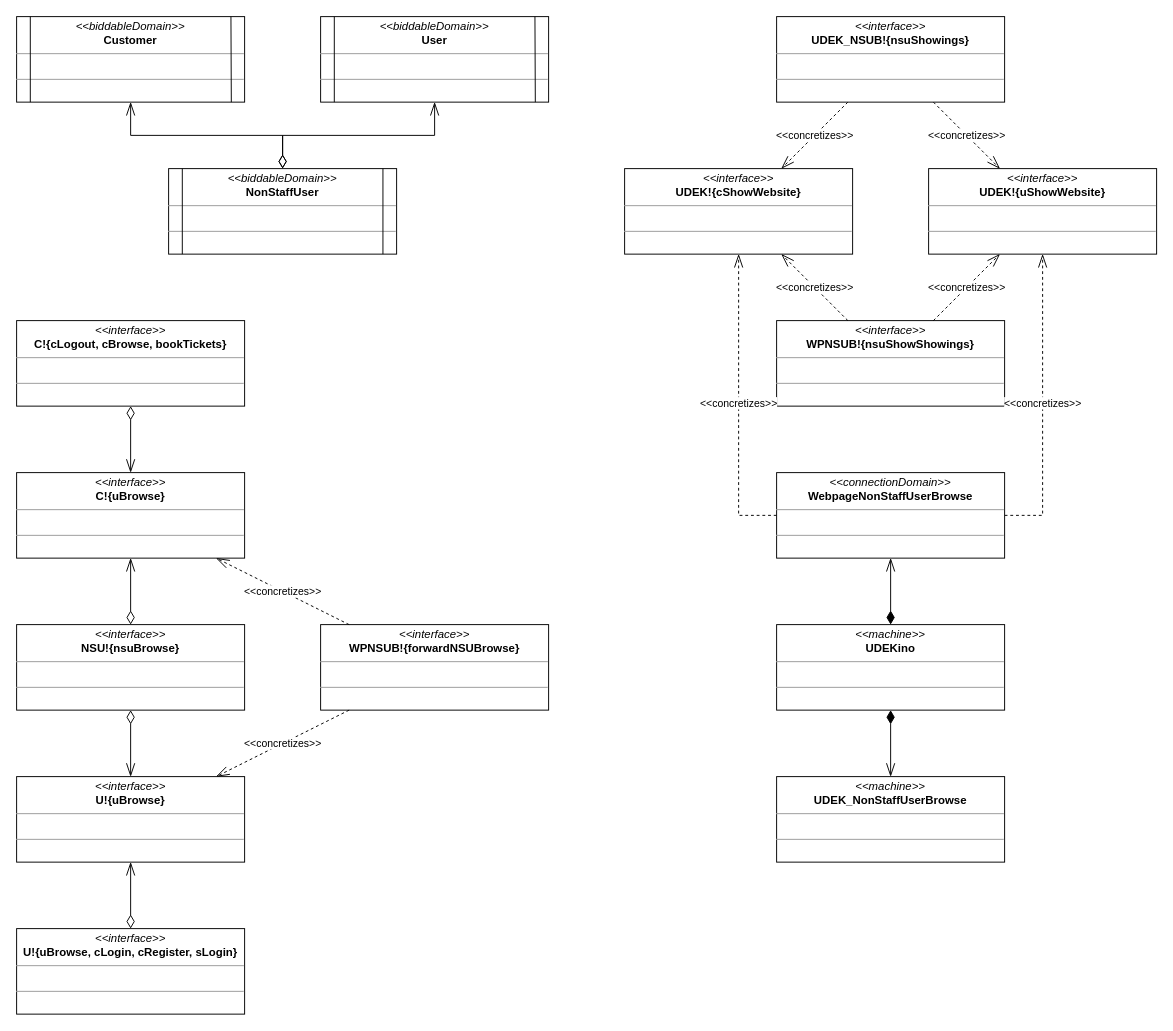
Earlier version of the draw.io diagram page "Mapping" (2 of 2) of a04_problem_diagram_2.drawio (melvdlin/swtlab). Source tidied: cells renumbered, new cells numbered last; positions are measured from the earlier drawing's top-left corner, leaving out a move shared by most shapes. Both pictures are drawn from the tidied source at 95%, with x=0, y=0 at pixel (16, 16).
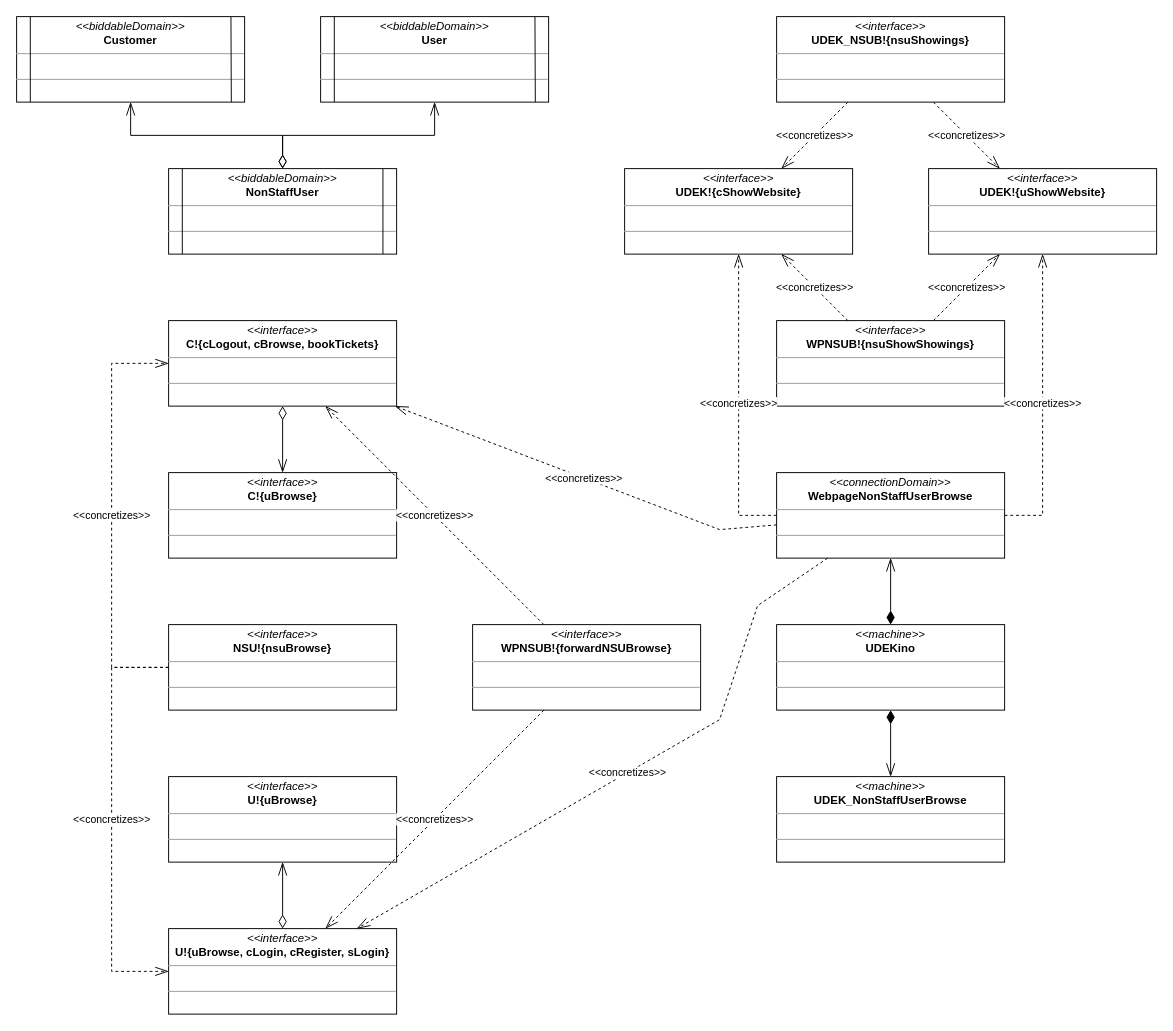
Above is the later version.

Unchanged cells that the change refers to:
```xml
<mxCell id="17" value="&lt;p style=&quot;margin: 0px ; margin-top: 4px ; text-align: center&quot;&gt;&lt;i&gt;&amp;lt;&amp;lt;interface&amp;gt;&amp;gt;&lt;/i&gt;&lt;br&gt;&lt;b&gt;NSU!{nsuBrowse}&lt;/b&gt;&lt;/p&gt;&lt;hr size=&quot;1&quot;&gt;&lt;p style=&quot;margin: 0px ; margin-left: 4px&quot;&gt;&lt;br&gt;&lt;/p&gt;&lt;hr size=&quot;1&quot;&gt;&lt;p style=&quot;margin: 0px ; margin-left: 4px&quot;&gt;&lt;br&gt;&lt;/p&gt;" style="verticalAlign=top;align=left;overflow=fill;fontSize=12;fontFamily=Helvetica;html=1;rounded=0;shadow=0;glass=0;comic=0;sketch=0;fontColor=default;gradientColor=none;points=[[0,0,0,0,0],[0,0.24,0,0,0],[0,0.5,0,0,0],[0,0.76,0,0,0],[0,1,0,0,0],[0.06,0,0,0,0],[0.06,1,0,0,0],[0.13,0,0,0,0],[0.13,1,0,0,0],[0.25,0,0,0,0],[0.25,1,0,0,0],[0.5,0,0,0,0],[0.5,1,0,0,0],[0.75,0,0,0,0],[0.75,1,0,0,0],[0.88,0,0,0,0],[0.88,1,0,0,0],[0.94,0,0,0,0],[0.94,1,0,0,0],[1,0,0,0,0],[1,0.26,0,0,0],[1,0.5,0,0,0],[1,0.76,0,0,0],[1,1,0,0,0]];strokeWidth=1;" parent="16" vertex="1">
  <mxGeometry width="240" height="90" as="geometry" />
</mxCell>
<mxCell id="19" value="&lt;p style=&quot;margin: 0px ; margin-top: 4px ; text-align: center&quot;&gt;&lt;i&gt;&amp;lt;&amp;lt;interface&amp;gt;&amp;gt;&lt;/i&gt;&lt;br&gt;&lt;b&gt;C!{uBrowse}&lt;/b&gt;&lt;/p&gt;&lt;hr size=&quot;1&quot;&gt;&lt;p style=&quot;margin: 0px ; margin-left: 4px&quot;&gt;&lt;br&gt;&lt;/p&gt;&lt;hr size=&quot;1&quot;&gt;&lt;p style=&quot;margin: 0px ; margin-left: 4px&quot;&gt;&lt;br&gt;&lt;/p&gt;" style="verticalAlign=top;align=left;overflow=fill;fontSize=12;fontFamily=Helvetica;html=1;rounded=0;shadow=0;glass=0;comic=0;sketch=0;fontColor=default;gradientColor=none;points=[[0,0,0,0,0],[0,0.24,0,0,0],[0,0.5,0,0,0],[0,0.76,0,0,0],[0,1,0,0,0],[0.06,0,0,0,0],[0.06,1,0,0,0],[0.13,0,0,0,0],[0.13,1,0,0,0],[0.25,0,0,0,0],[0.25,1,0,0,0],[0.5,0,0,0,0],[0.5,1,0,0,0],[0.75,0,0,0,0],[0.75,1,0,0,0],[0.88,0,0,0,0],[0.88,1,0,0,0],[0.94,0,0,0,0],[0.94,1,0,0,0],[1,0,0,0,0],[1,0.26,0,0,0],[1,0.5,0,0,0],[1,0.76,0,0,0],[1,1,0,0,0]];strokeWidth=1;" parent="18" vertex="1">
  <mxGeometry width="240" height="90" as="geometry" />
</mxCell>
<mxCell id="36" value="&lt;p style=&quot;margin: 0px ; margin-top: 4px ; text-align: center&quot;&gt;&lt;i&gt;&amp;lt;&amp;lt;interface&amp;gt;&amp;gt;&lt;/i&gt;&lt;br&gt;&lt;b&gt;WPNSUB!{forwardNSUBrowse}&lt;/b&gt;&lt;/p&gt;&lt;hr size=&quot;1&quot;&gt;&lt;p style=&quot;margin: 0px ; margin-left: 4px&quot;&gt;&lt;br&gt;&lt;/p&gt;&lt;hr size=&quot;1&quot;&gt;&lt;p style=&quot;margin: 0px ; margin-left: 4px&quot;&gt;&lt;br&gt;&lt;/p&gt;" style="verticalAlign=top;align=left;overflow=fill;fontSize=12;fontFamily=Helvetica;html=1;rounded=0;shadow=0;glass=0;comic=0;sketch=0;fontColor=default;gradientColor=none;points=[[0,0,0,0,0],[0,0.24,0,0,0],[0,0.5,0,0,0],[0,0.76,0,0,0],[0,1,0,0,0],[0.06,0,0,0,0],[0.06,1,0,0,0],[0.13,0,0,0,0],[0.13,1,0,0,0],[0.25,0,0,0,0],[0.25,1,0,0,0],[0.5,0,0,0,0],[0.5,1,0,0,0],[0.75,0,0,0,0],[0.75,1,0,0,0],[0.88,0,0,0,0],[0.88,1,0,0,0],[0.94,0,0,0,0],[0.94,1,0,0,0],[1,0,0,0,0],[1,0.26,0,0,0],[1,0.5,0,0,0],[1,0.76,0,0,0],[1,1,0,0,0]];strokeWidth=1;" parent="35" vertex="1">
  <mxGeometry width="240" height="90" as="geometry" />
</mxCell>
<mxCell id="44" value="&lt;p style=&quot;margin: 0px ; margin-top: 4px ; text-align: center&quot;&gt;&lt;i&gt;&amp;lt;&amp;lt;connectionDomain&amp;gt;&amp;gt;&lt;/i&gt;&lt;br&gt;&lt;b&gt;WebpageNonStaffUserBrowse&lt;/b&gt;&lt;/p&gt;&lt;hr size=&quot;1&quot;&gt;&lt;p style=&quot;margin: 0px ; margin-left: 4px&quot;&gt;&lt;br&gt;&lt;/p&gt;&lt;hr size=&quot;1&quot;&gt;&lt;p style=&quot;margin: 0px ; margin-left: 4px&quot;&gt;&lt;br&gt;&lt;/p&gt;" style="verticalAlign=top;align=left;overflow=fill;fontSize=12;fontFamily=Helvetica;html=1;rounded=0;shadow=0;glass=0;comic=0;sketch=0;fontColor=default;gradientColor=none;" parent="1" vertex="1">
  <mxGeometry x="800" y="480" width="240" height="90" as="geometry" />
</mxCell>
```

Diff of the diagram source:
```diff
@@
     <mxCell id="16" style="group;" parent="1" vertex="1">
-      <mxGeometry y="640" width="240" height="90" as="geometry" />
+      <mxGeometry x="160" y="640" width="240" height="90" as="geometry" />
     </mxCell>
@@
     <mxCell id="18" style="group;" parent="1" vertex="1">
-      <mxGeometry y="480" width="240" height="90" as="geometry" />
+      <mxGeometry x="160" y="480" width="240" height="90" as="geometry" />
     </mxCell>
@@
     <mxCell id="20" value="&lt;p style=&quot;margin: 0px ; margin-top: 4px ; text-align: center&quot;&gt;&lt;i&gt;&amp;lt;&amp;lt;interface&amp;gt;&amp;gt;&lt;/i&gt;&lt;br&gt;&lt;b&gt;U!{uBrowse}&lt;/b&gt;&lt;/p&gt;&lt;hr size=&quot;1&quot;&gt;&lt;p style=&quot;margin: 0px ; margin-left: 4px&quot;&gt;&lt;br&gt;&lt;/p&gt;&lt;hr size=&quot;1&quot;&gt;&lt;p style=&quot;margin: 0px ; margin-left: 4px&quot;&gt;&lt;br&gt;&lt;/p&gt;" style="verticalAlign=top;align=left;overflow=fill;fontSize=12;fontFamily=Helvetica;html=1;rounded=0;shadow=0;glass=0;comic=0;sketch=0;fontColor=default;gradientColor=none;points=[[0,0,0,0,0],[0,0.24,0,0,0],[0,0.5,0,0,0],[0,0.76,0,0,0],[0,1,0,0,0],[0.06,0,0,0,0],[0.06,1,0,0,0],[0.13,0,0,0,0],[0.13,1,0,0,0],[0.25,0,0,0,0],[0.25,1,0,0,0],[0.5,0,0,0,0],[0.5,1,0,0,0],[0.75,0,0,0,0],[0.75,1,0,0,0],[0.88,0,0,0,0],[0.88,1,0,0,0],[0.94,0,0,0,0],[0.94,1,0,0,0],[1,0,0,0,0],[1,0.26,0,0,0],[1,0.5,0,0,0],[1,0.76,0,0,0],[1,1,0,0,0]];strokeWidth=1;" parent="1" vertex="1">
-      <mxGeometry y="800" width="240" height="90" as="geometry" />
+      <mxGeometry x="160" y="800" width="240" height="90" as="geometry" />
     </mxCell>
-    <mxCell id="21" style="edgeStyle=orthogonalEdgeStyle;rounded=0;jettySize=auto;html=1;startArrow=diamondThin;startFill=0;endArrow=openThin;endFill=0;startSize=12;endSize=12;" parent="1" edge="1" source="17" target="19">
-      <mxGeometry relative="1" as="geometry" />
-    </mxCell>
-    <mxCell id="22" style="edgeStyle=orthogonalEdgeStyle;rounded=0;jettySize=auto;html=1;startArrow=diamondThin;startFill=0;endArrow=openThin;endFill=0;startSize=12;endSize=12;" parent="1" edge="1" source="17" target="20">
-      <mxGeometry relative="1" as="geometry" />
-    </mxCell>
@@
     <mxCell id="24" value="&lt;p style=&quot;margin: 0px ; margin-top: 4px ; text-align: center&quot;&gt;&lt;i&gt;&amp;lt;&amp;lt;interface&amp;gt;&amp;gt;&lt;/i&gt;&lt;br&gt;&lt;b&gt;C!{cLogout, cBrowse, bookTickets}&lt;/b&gt;&lt;/p&gt;&lt;hr size=&quot;1&quot;&gt;&lt;p style=&quot;margin: 0px ; margin-left: 4px&quot;&gt;&lt;br&gt;&lt;/p&gt;&lt;hr size=&quot;1&quot;&gt;&lt;p style=&quot;margin: 0px ; margin-left: 4px&quot;&gt;&lt;br&gt;&lt;/p&gt;" style="verticalAlign=top;align=left;overflow=fill;fontSize=12;fontFamily=Helvetica;html=1;rounded=0;shadow=0;glass=0;comic=0;sketch=0;fontColor=default;gradientColor=none;" parent="1" vertex="1">
-      <mxGeometry y="320" width="240" height="90" as="geometry" />
+      <mxGeometry x="160" y="320" width="240" height="90" as="geometry" />
     </mxCell>
@@
     <mxCell id="26" value="&lt;p style=&quot;margin: 0px ; margin-top: 4px ; text-align: center&quot;&gt;&lt;i&gt;&amp;lt;&amp;lt;interface&amp;gt;&amp;gt;&lt;/i&gt;&lt;br&gt;&lt;b&gt;U!{uBrowse, cLogin, cRegister, sLogin}&lt;/b&gt;&lt;/p&gt;&lt;hr size=&quot;1&quot;&gt;&lt;p style=&quot;margin: 0px ; margin-left: 4px&quot;&gt;&lt;br&gt;&lt;/p&gt;&lt;hr size=&quot;1&quot;&gt;&lt;p style=&quot;margin: 0px ; margin-left: 4px&quot;&gt;&lt;br&gt;&lt;/p&gt;" style="verticalAlign=top;align=left;overflow=fill;fontSize=12;fontFamily=Helvetica;html=1;rounded=0;shadow=0;glass=0;comic=0;sketch=0;fontColor=default;gradientColor=none;" parent="1" vertex="1">
-      <mxGeometry y="960" width="240" height="90" as="geometry" />
+      <mxGeometry x="160" y="960" width="240" height="90" as="geometry" />
     </mxCell>
@@
     <mxCell id="35" style="group;" parent="1" vertex="1">
-      <mxGeometry x="320" y="640" width="240" height="90" as="geometry" />
+      <mxGeometry x="480" y="640" width="240" height="90" as="geometry" />
     </mxCell>
@@
-    <mxCell id="37" value="&amp;lt;&amp;lt;concretizes&amp;gt;&amp;gt;" style="edgeStyle=none;rounded=0;jettySize=auto;html=1;dashed=1;startArrow=none;startFill=0;endArrow=openThin;endFill=0;startSize=12;endSize=12;" parent="1" edge="1" source="36" target="19">
+    <mxCell id="37" value="&amp;lt;&amp;lt;concretizes&amp;gt;&amp;gt;" style="edgeStyle=none;rounded=0;jettySize=auto;html=1;dashed=1;startArrow=none;startFill=0;endArrow=openThin;endFill=0;startSize=12;endSize=12;" parent="1" edge="1" source="36" target="24">
       <mxGeometry relative="1" as="geometry" />
     </mxCell>
-    <mxCell id="38" value="&amp;lt;&amp;lt;concretizes&amp;gt;&amp;gt;" style="edgeStyle=none;rounded=0;jettySize=auto;html=1;dashed=1;startArrow=none;startFill=0;endArrow=openThin;endFill=0;startSize=12;endSize=12;" parent="1" edge="1" source="36" target="20">
-      <mxGeometry relative="1" as="geometry" />
-    </mxCell>
@@
+    <mxCell id="49" value="&amp;lt;&amp;lt;concretizes&amp;gt;&amp;gt;" style="edgeStyle=orthogonalEdgeStyle;rounded=0;jettySize=auto;html=1;dashed=1;startArrow=none;startFill=0;endArrow=openThin;endFill=0;startSize=12;endSize=12;exitX=0;exitY=0.5;exitDx=0;exitDy=0;exitPerimeter=0;entryX=0;entryY=0.5;entryDx=0;entryDy=0;" parent="1" edge="1" source="17" target="26">
+      <mxGeometry relative="1" as="geometry">
+        <Array as="points">
+          <mxPoint x="100" y="685" />
+          <mxPoint x="100" y="1005" />
+        </Array>
+      </mxGeometry>
+    </mxCell>
+    <mxCell id="50" value="&amp;lt;&amp;lt;concretizes&amp;gt;&amp;gt;" style="edgeStyle=none;rounded=0;jettySize=auto;html=1;dashed=1;startArrow=none;startFill=0;endArrow=openThin;endFill=0;startSize=12;endSize=12;" parent="1" edge="1" source="44" target="24">
+      <mxGeometry relative="1" as="geometry">
+        <Array as="points">
+          <mxPoint x="740" y="540" />
+        </Array>
+      </mxGeometry>
+    </mxCell>
+    <mxCell id="51" value="&amp;lt;&amp;lt;concretizes&amp;gt;&amp;gt;" style="edgeStyle=none;rounded=0;jettySize=auto;html=1;dashed=1;startArrow=none;startFill=0;endArrow=openThin;endFill=0;startSize=12;endSize=12;" parent="1" edge="1" source="44" target="26">
+      <mxGeometry relative="1" as="geometry">
+        <Array as="points">
+          <mxPoint x="780" y="620" />
+          <mxPoint x="740" y="740" />
+        </Array>
+      </mxGeometry>
+    </mxCell>
+    <mxCell id="52" value="&amp;lt;&amp;lt;concretizes&amp;gt;&amp;gt;" style="edgeStyle=orthogonalEdgeStyle;rounded=0;jettySize=auto;html=1;dashed=1;startArrow=none;startFill=0;endArrow=openThin;endFill=0;startSize=12;endSize=12;entryX=0;entryY=0.5;entryDx=0;entryDy=0;exitX=0;exitY=0.5;exitDx=0;exitDy=0;exitPerimeter=0;" parent="1" edge="1" source="17" target="24">
+      <mxGeometry relative="1" as="geometry">
+        <Array as="points">
+          <mxPoint x="100" y="685" />
+          <mxPoint x="100" y="365" />
+        </Array>
+      </mxGeometry>
+    </mxCell>
+    <mxCell id="53" value="&amp;lt;&amp;lt;concretizes&amp;gt;&amp;gt;" style="edgeStyle=none;rounded=0;jettySize=auto;html=1;dashed=1;startArrow=none;startFill=0;endArrow=openThin;endFill=0;startSize=12;endSize=12;" parent="1" edge="1" source="36" target="26">
+      <mxGeometry relative="1" as="geometry" />
+    </mxCell>
```
